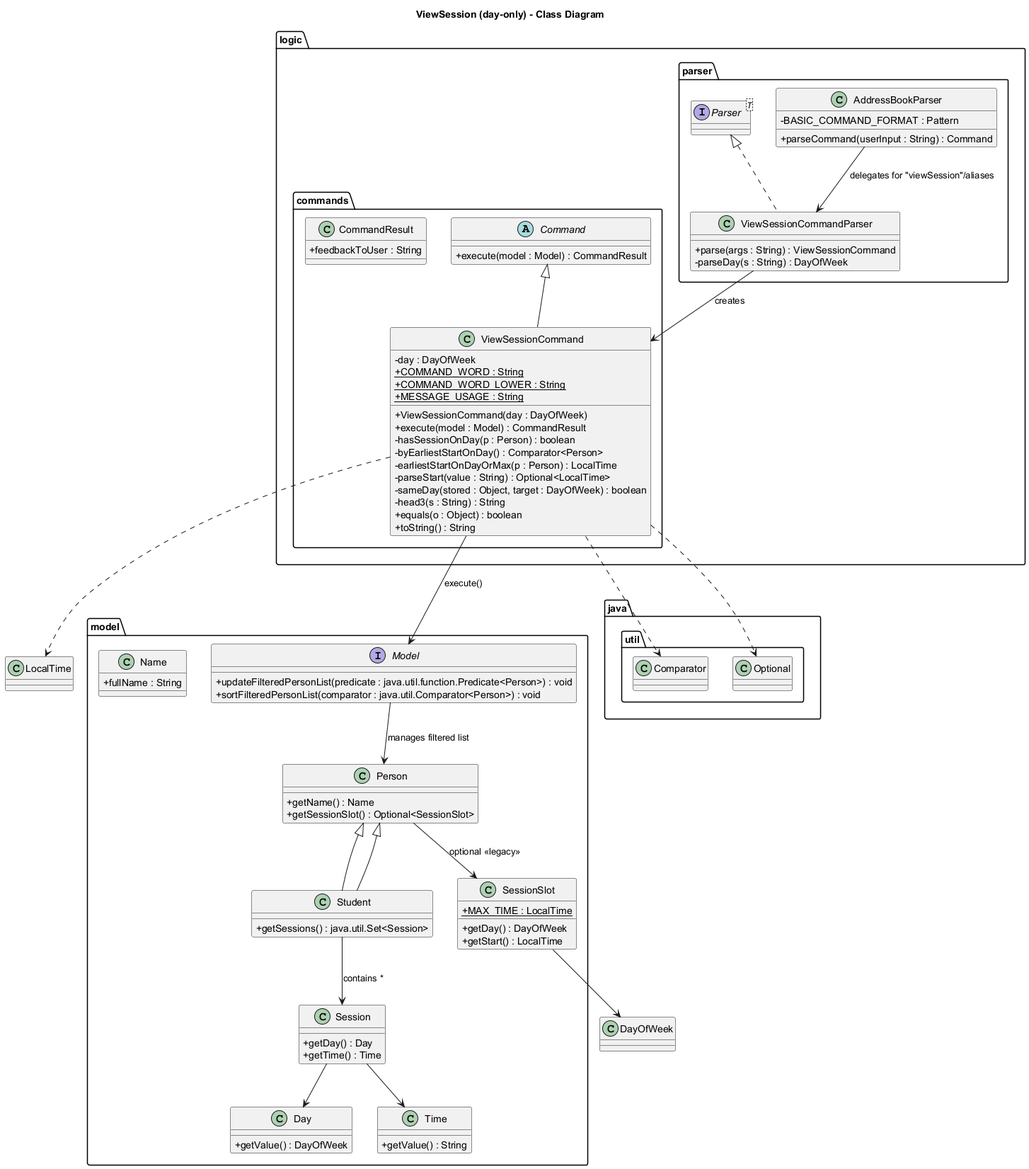
Earlier version of the PlantUML export docs/images/ViewSessionClassDiagram.png (tgonet/tp). Source of this version:
```plantuml
@startuml
title ViewSession (day-only) - Class Diagram

skinparam classAttributeIconSize 0

package "logic.parser" {
  class AddressBookParser {
    - BASIC_COMMAND_FORMAT : Pattern
    + parseCommand(userInput : String) : Command
  }

  interface Parser<T>
  class ViewSessionCommandParser implements Parser<ViewSessionCommand> {
    + parse(args : String) : ViewSessionCommand
    - parseDay(s : String) : DayOfWeek
  }
}

package "logic.commands" {
  abstract class Command {
    + execute(model : Model) : CommandResult
  }

  class ViewSessionCommand extends Command {
    - day : DayOfWeek
    + ViewSessionCommand(day : DayOfWeek)
    + execute(model : Model) : CommandResult
    - hasSessionOnDay(p : Person) : boolean
    - byEarliestStartOnDay() : Comparator<Person>
    - earliestStartOnDayOrMax(p : Person) : LocalTime
    - parseStart(value : String) : Optional<LocalTime>
    - sameDay(stored : Object, target : DayOfWeek) : boolean
    - head3(s : String) : String
    + equals(o : Object) : boolean
    + toString() : String
    {static} + COMMAND_WORD : String
    {static} + COMMAND_WORD_LOWER : String
    {static} + MESSAGE_USAGE : String
  }

  class CommandResult {
    + feedbackToUser : String
  }
}

package "model" {
  interface Model {
    + updateFilteredPersonList(predicate : java.util.function.Predicate<Person>) : void
    + sortFilteredPersonList(comparator : java.util.Comparator<Person>) : void
  }

  class Person {
    + getName() : Name
    + getSessionSlot() : Optional<SessionSlot>
  }

  class Student extends Person {
    + getSessions() : java.util.Set<Session>
  }

  class Session {
    + getDay() : Day
    + getTime() : Time
  }

  class SessionSlot {
    + getDay() : DayOfWeek
    + getStart() : LocalTime
    {static} + MAX_TIME : LocalTime
  }

  class Day {
    + getValue() : DayOfWeek
  }

  class Time {
    + getValue() : String
  }

  class Name {
    + fullName : String
  }
}

AddressBookParser --> ViewSessionCommandParser : delegates for "viewSession"/aliases
ViewSessionCommandParser --> ViewSessionCommand : creates
ViewSessionCommand --> Model : execute()
Model --> Person : manages filtered list
Student --|> Person
Person --> SessionSlot : optional «legacy»
Student --> Session : contains *
Session --> Day
Session --> Time
SessionSlot --> DayOfWeek
ViewSessionCommand ..> LocalTime
ViewSessionCommand ..> java.util.Comparator
ViewSessionCommand ..> java.util.Optional

@enduml
```
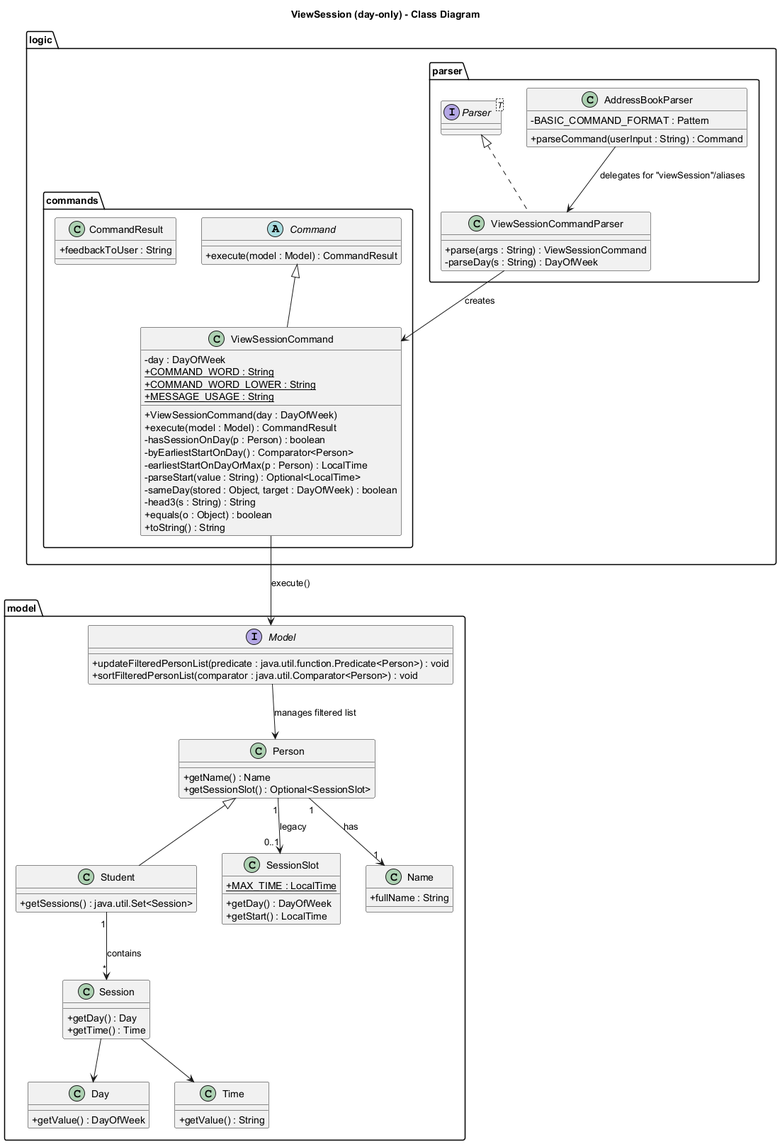
The same diagram one commit later.

Diff of the diagram source:
```diff
@@ -86,14 +86,12 @@
 ViewSessionCommandParser --> ViewSessionCommand : creates
 ViewSessionCommand --> Model : execute()
 Model --> Person : manages filtered list
-Student --|> Person
-Person --> SessionSlot : optional «legacy»
-Student --> Session : contains *
+
+
+Person "1" --> "0..1" SessionSlot : «legacy»
+Person "1" --> "1" Name : has
+Student "1" --> "*" Session : contains
 Session --> Day
 Session --> Time
-SessionSlot --> DayOfWeek
-ViewSessionCommand ..> LocalTime
-ViewSessionCommand ..> java.util.Comparator
-ViewSessionCommand ..> java.util.Optional
 
 @enduml
```
